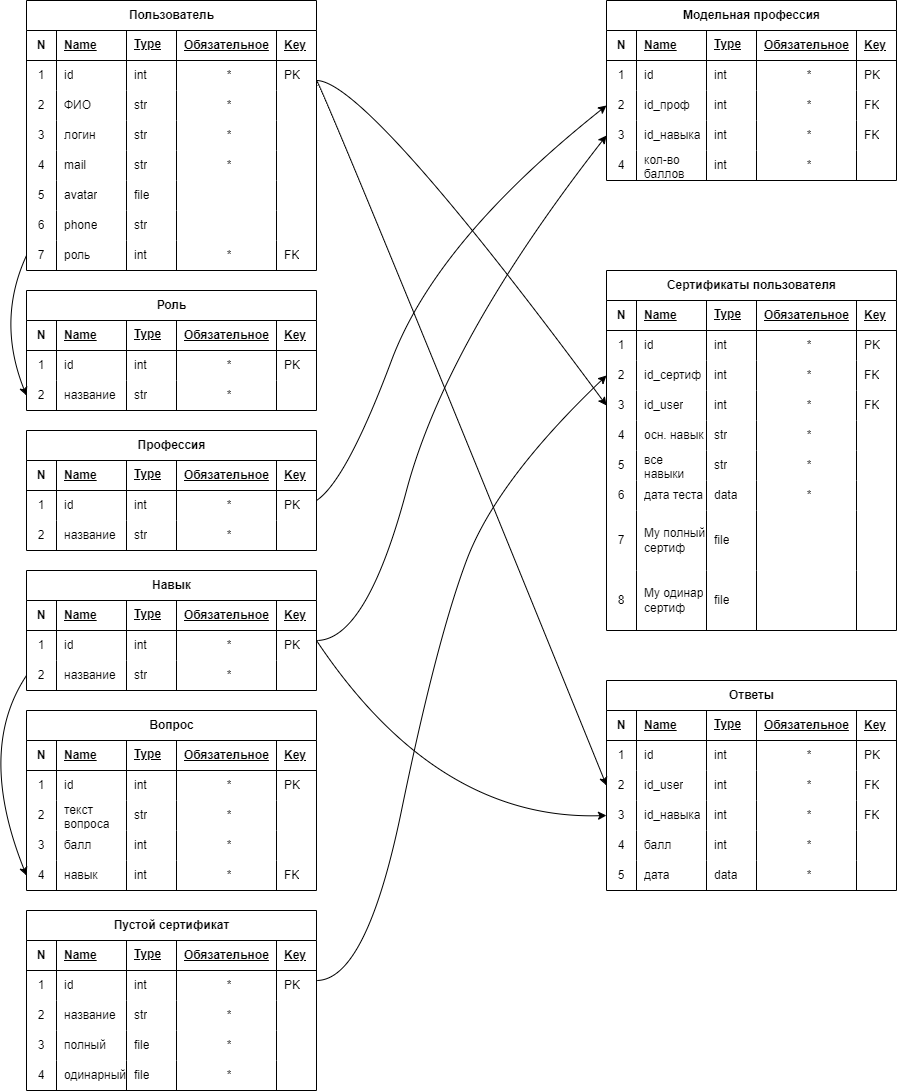
Above: Сущности/Сущности.drawio.png in setusq/SPO234D6 (draw.io), before the change. Source tidied: cells renumbered, new cells last; positions are measured from the earlier drawing's top-left corner, leaving out a move shared by most shapes.
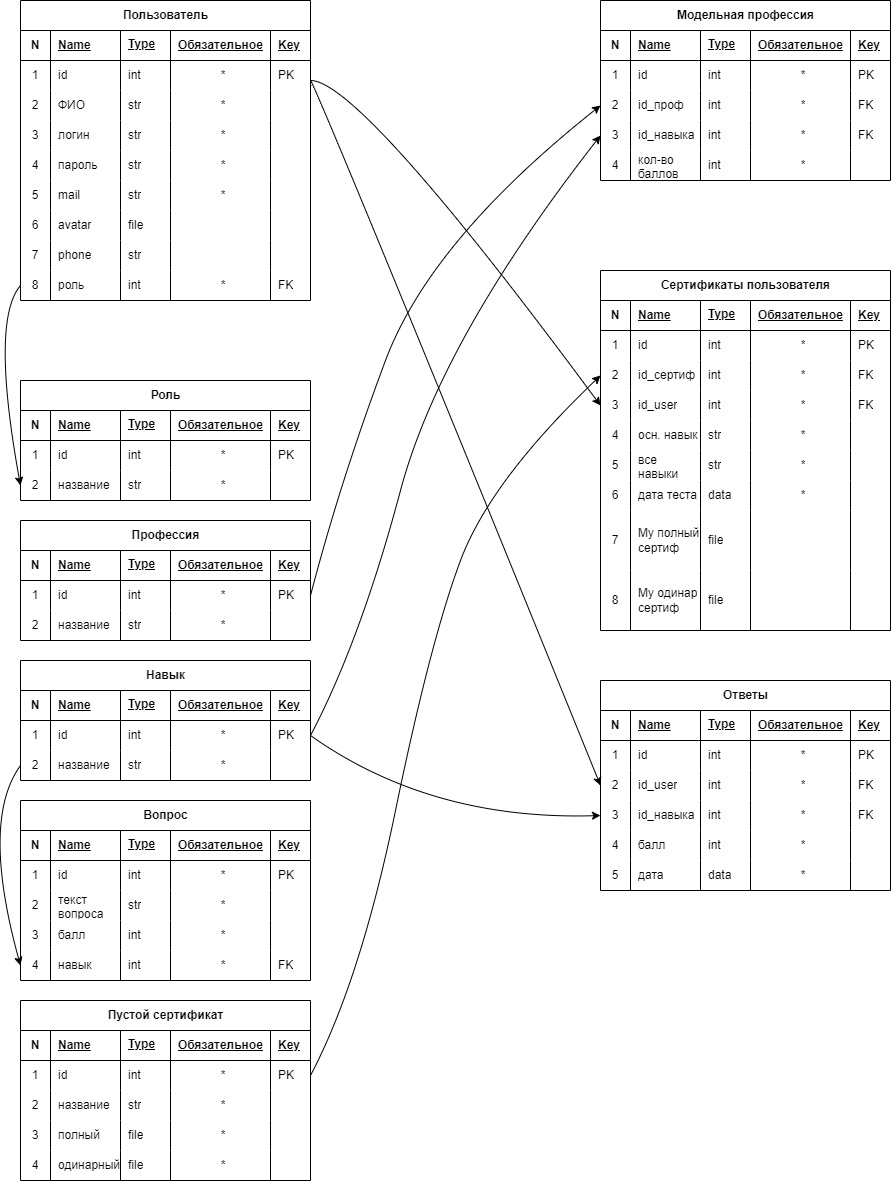
The same diagram one commit later.

What changed in the source:
```diff
@@ -3,7 +3,7 @@
     <mxCell id="0" />
     <mxCell id="1" parent="0" />
     <mxCell id="2" value="Пользователь" style="shape=table;startSize=30;rowLines=0;fontStyle=1;align=center;html=1;" parent="1" vertex="1">
-      <mxGeometry x="50" width="290" height="270" as="geometry" />
+      <mxGeometry x="50" y="-90" width="290" height="300" as="geometry" />
     </mxCell>
     <mxCell id="3" style="shape=tableRow;horizontal=0;startSize=0;swimlaneHead=0;swimlaneBody=0;fillColor=none;top=0;left=0;right=0;bottom=1;" parent="2" vertex="1">
       <mxGeometry y="30" width="290" height="30" as="geometry" />
@@ -77,10 +77,28 @@
     <mxCell id="26" style="shape=partialRectangle;fillColor=none;top=0;left=0;bottom=0;right=0;align=left;spacingLeft=6;overflow=hidden;whiteSpace=wrap;html=1;" parent="21" vertex="1">
       <mxGeometry x="250" width="40" height="30" as="geometry" />
     </mxCell>
+    <mxCell id="301" style="shape=tableRow;horizontal=0;startSize=0;swimlaneHead=0;swimlaneBody=0;fillColor=none;top=0;left=0;right=0;bottom=0;" parent="2" vertex="1">
+      <mxGeometry y="150" width="290" height="30" as="geometry" />
+    </mxCell>
+    <mxCell id="302" value="4" style="shape=partialRectangle;fillColor=none;top=0;left=0;bottom=0;right=0;overflow=hidden;whiteSpace=wrap;html=1;" parent="301" vertex="1">
+      <mxGeometry width="30" height="30" as="geometry" />
+    </mxCell>
+    <mxCell id="303" value="пароль" style="shape=partialRectangle;fillColor=none;top=0;left=0;bottom=0;right=0;align=left;spacingLeft=6;overflow=hidden;whiteSpace=wrap;html=1;" parent="301" vertex="1">
+      <mxGeometry x="30" width="70" height="30" as="geometry" />
+    </mxCell>
+    <mxCell id="304" value="str" style="shape=partialRectangle;fillColor=none;top=0;left=0;bottom=0;right=0;align=left;spacingLeft=6;overflow=hidden;whiteSpace=wrap;html=1;" parent="301" vertex="1">
+      <mxGeometry x="100" width="50" height="30" as="geometry" />
+    </mxCell>
+    <mxCell id="305" value="*" style="shape=partialRectangle;fillColor=none;top=0;left=0;bottom=0;right=0;align=center;spacingLeft=6;overflow=hidden;whiteSpace=wrap;html=1;" parent="301" vertex="1">
+      <mxGeometry x="150" width="100" height="30" as="geometry" />
+    </mxCell>
+    <mxCell id="306" style="shape=partialRectangle;fillColor=none;top=0;left=0;bottom=0;right=0;align=left;spacingLeft=6;overflow=hidden;whiteSpace=wrap;html=1;" parent="301" vertex="1">
+      <mxGeometry x="250" width="40" height="30" as="geometry" />
+    </mxCell>
     <mxCell id="27" style="shape=tableRow;horizontal=0;startSize=0;swimlaneHead=0;swimlaneBody=0;fillColor=none;top=0;left=0;right=0;bottom=0;" parent="2" vertex="1">
-      <mxGeometry y="150" width="290" height="30" as="geometry" />
+      <mxGeometry y="180" width="290" height="30" as="geometry" />
     </mxCell>
-    <mxCell id="28" value="4" style="shape=partialRectangle;fillColor=none;top=0;left=0;bottom=0;right=0;overflow=hidden;whiteSpace=wrap;html=1;" parent="27" vertex="1">
+    <mxCell id="28" value="5" style="shape=partialRectangle;fillColor=none;top=0;left=0;bottom=0;right=0;overflow=hidden;whiteSpace=wrap;html=1;" parent="27" vertex="1">
       <mxGeometry width="30" height="30" as="geometry" />
     </mxCell>
     <mxCell id="29" value="mail" style="shape=partialRectangle;fillColor=none;top=0;left=0;bottom=0;right=0;align=left;spacingLeft=6;overflow=hidden;whiteSpace=wrap;html=1;" parent="27" vertex="1">
@@ -96,9 +114,9 @@
       <mxGeometry x="250" width="40" height="30" as="geometry" />
     </mxCell>
     <mxCell id="33" style="shape=tableRow;horizontal=0;startSize=0;swimlaneHead=0;swimlaneBody=0;fillColor=none;top=0;left=0;right=0;bottom=0;" parent="2" vertex="1">
-      <mxGeometry y="180" width="290" height="30" as="geometry" />
+      <mxGeometry y="210" width="290" height="30" as="geometry" />
     </mxCell>
-    <mxCell id="34" value="5" style="shape=partialRectangle;fillColor=none;top=0;left=0;bottom=0;right=0;overflow=hidden;whiteSpace=wrap;html=1;" parent="33" vertex="1">
+    <mxCell id="34" value="6" style="shape=partialRectangle;fillColor=none;top=0;left=0;bottom=0;right=0;overflow=hidden;whiteSpace=wrap;html=1;" parent="33" vertex="1">
       <mxGeometry width="30" height="30" as="geometry" />
     </mxCell>
     <mxCell id="35" value="avatar" style="shape=partialRectangle;fillColor=none;top=0;left=0;bottom=0;right=0;align=left;spacingLeft=6;overflow=hidden;whiteSpace=wrap;html=1;" parent="33" vertex="1">
@@ -114,9 +132,9 @@
       <mxGeometry x="250" width="40" height="30" as="geometry" />
     </mxCell>
     <mxCell id="39" style="shape=tableRow;horizontal=0;startSize=0;swimlaneHead=0;swimlaneBody=0;fillColor=none;top=0;left=0;right=0;bottom=0;" parent="2" vertex="1">
-      <mxGeometry y="210" width="290" height="30" as="geometry" />
+      <mxGeometry y="240" width="290" height="30" as="geometry" />
     </mxCell>
-    <mxCell id="40" value="6" style="shape=partialRectangle;fillColor=none;top=0;left=0;bottom=0;right=0;overflow=hidden;whiteSpace=wrap;html=1;" parent="39" vertex="1">
+    <mxCell id="40" value="7" style="shape=partialRectangle;fillColor=none;top=0;left=0;bottom=0;right=0;overflow=hidden;whiteSpace=wrap;html=1;" parent="39" vertex="1">
       <mxGeometry width="30" height="30" as="geometry" />
     </mxCell>
     <mxCell id="41" value="phone" style="shape=partialRectangle;fillColor=none;top=0;left=0;bottom=0;right=0;align=left;spacingLeft=6;overflow=hidden;whiteSpace=wrap;html=1;" parent="39" vertex="1">
@@ -132,9 +150,9 @@
       <mxGeometry x="250" width="40" height="30" as="geometry" />
     </mxCell>
     <mxCell id="45" style="shape=tableRow;horizontal=0;startSize=0;swimlaneHead=0;swimlaneBody=0;fillColor=none;points=[[0,0.5],[1,0.5]];portConstraint=eastwest;top=0;left=0;right=0;bottom=0;" parent="2" vertex="1">
-      <mxGeometry y="240" width="290" height="30" as="geometry" />
+      <mxGeometry y="270" width="290" height="30" as="geometry" />
     </mxCell>
-    <mxCell id="46" value="7" style="shape=partialRectangle;fillColor=none;top=0;left=0;bottom=0;right=0;overflow=hidden;whiteSpace=wrap;html=1;" parent="45" vertex="1">
+    <mxCell id="46" value="8" style="shape=partialRectangle;fillColor=none;top=0;left=0;bottom=0;right=0;overflow=hidden;whiteSpace=wrap;html=1;" parent="45" vertex="1">
       <mxGeometry width="30" height="30" as="geometry" />
     </mxCell>
     <mxCell id="47" value="роль" style="shape=partialRectangle;fillColor=none;top=0;left=0;bottom=0;right=0;align=left;spacingLeft=6;overflow=hidden;whiteSpace=wrap;html=1;" parent="45" vertex="1">
@@ -414,7 +432,7 @@
       <mxGeometry x="250" width="40" height="30" as="geometry" />
     </mxCell>
     <mxCell id="139" value="Модельная профессия" style="shape=table;startSize=30;rowLines=0;fontStyle=1;align=center;html=1;" parent="1" vertex="1">
-      <mxGeometry x="630" width="290" height="180" as="geometry" />
+      <mxGeometry x="630" y="-90" width="290" height="180" as="geometry" />
     </mxCell>
     <mxCell id="140" style="shape=tableRow;horizontal=0;startSize=0;swimlaneHead=0;swimlaneBody=0;fillColor=none;top=0;left=0;right=0;bottom=1;" parent="139" vertex="1">
       <mxGeometry y="30" width="290" height="30" as="geometry" />
@@ -507,7 +525,7 @@
       <mxGeometry x="250" width="40" height="30" as="geometry" />
     </mxCell>
     <mxCell id="170" value="Ответы" style="shape=table;startSize=30;rowLines=0;fontStyle=1;align=center;html=1;" parent="1" vertex="1">
-      <mxGeometry x="630" y="680" width="290" height="210" as="geometry" />
+      <mxGeometry x="630" y="590" width="290" height="210" as="geometry" />
     </mxCell>
     <mxCell id="171" style="shape=tableRow;horizontal=0;startSize=0;swimlaneHead=0;swimlaneBody=0;fillColor=none;top=0;left=0;right=0;bottom=1;" parent="170" vertex="1">
       <mxGeometry y="30" width="290" height="30" as="geometry" />
@@ -711,7 +729,7 @@
       <mxGeometry x="250" width="40" height="30" as="geometry" />
     </mxCell>
     <mxCell id="238" value="Сертификаты пользователя" style="shape=table;startSize=30;rowLines=0;fontStyle=1;align=center;html=1;" parent="1" vertex="1">
-      <mxGeometry x="630" y="270" width="290" height="360" as="geometry" />
+      <mxGeometry x="630" y="180" width="290" height="360" as="geometry" />
     </mxCell>
     <mxCell id="239" style="shape=tableRow;horizontal=0;startSize=0;swimlaneHead=0;swimlaneBody=0;fillColor=none;top=0;left=0;right=0;bottom=1;" parent="238" vertex="1">
       <mxGeometry y="30" width="290" height="30" as="geometry" />
@@ -878,66 +896,62 @@
     <mxCell id="293" style="curved=1;endArrow=classic;html=1;rounded=0;exitX=0;exitY=0.5;exitDx=0;exitDy=0;entryX=0;entryY=0.5;entryDx=0;entryDy=0;" parent="1" edge="1" source="45" target="64">
       <mxGeometry relative="1" as="geometry">
         <Array as="points">
-          <mxPoint x="20" y="320" />
+          <mxPoint x="20" y="230" />
         </Array>
       </mxGeometry>
     </mxCell>
     <mxCell id="294" style="curved=1;endArrow=classic;html=1;rounded=0;exitX=0;exitY=0.5;exitDx=0;exitDy=0;entryX=0;entryY=0.5;entryDx=0;entryDy=0;" parent="1" edge="1" source="83" target="114">
       <mxGeometry relative="1" as="geometry">
         <Array as="points">
-          <mxPoint y="750" />
+          <mxPoint x="10" y="730" />
         </Array>
       </mxGeometry>
     </mxCell>
-    <mxCell id="295" style="curved=1;endArrow=classic;html=1;rounded=0;entryX=0;entryY=0.5;entryDx=0;entryDy=0;" parent="1" edge="1" target="152">
+    <mxCell id="295" style="curved=1;endArrow=classic;html=1;rounded=0;entryX=0;entryY=0.5;entryDx=0;entryDy=0;exitX=1;exitY=0.5;exitDx=0;exitDy=0;" parent="1" edge="1" source="127" target="152">
       <mxGeometry relative="1" as="geometry">
-        <mxPoint x="340" y="500" as="sourcePoint" />
         <Array as="points">
-          <mxPoint x="370" y="480" />
-          <mxPoint x="460" y="240" />
+          <mxPoint x="370" y="390" />
+          <mxPoint x="460" y="150" />
         </Array>
       </mxGeometry>
     </mxCell>
-    <mxCell id="296" style="curved=1;endArrow=classic;html=1;rounded=0;entryX=0;entryY=0.5;entryDx=0;entryDy=0;" parent="1" edge="1" target="158">
+    <mxCell id="296" style="curved=1;endArrow=classic;html=1;rounded=0;entryX=0;entryY=0.5;entryDx=0;entryDy=0;exitX=1;exitY=0.5;exitDx=0;exitDy=0;" parent="1" edge="1" source="77" target="158">
       <mxGeometry relative="1" as="geometry">
-        <mxPoint x="340" y="640" as="sourcePoint" />
         <Array as="points">
-          <mxPoint x="390" y="640" />
-          <mxPoint x="470" y="340" />
+          <mxPoint x="390" y="550" />
+          <mxPoint x="470" y="250" />
         </Array>
       </mxGeometry>
     </mxCell>
-    <mxCell id="297" style="curved=1;endArrow=classic;html=1;rounded=0;entryX=0;entryY=0.5;entryDx=0;entryDy=0;" parent="1" edge="1" target="251">
+    <mxCell id="297" style="curved=1;endArrow=classic;html=1;rounded=0;entryX=0;entryY=0.5;entryDx=0;entryDy=0;exitX=1;exitY=0.5;exitDx=0;exitDy=0;" parent="1" edge="1" source="214" target="251">
       <mxGeometry relative="1" as="geometry">
-        <mxPoint x="340" y="980" as="sourcePoint" />
         <Array as="points">
-          <mxPoint x="390" y="980" />
-          <mxPoint x="460" y="640" />
-          <mxPoint x="520" y="480" />
+          <mxPoint x="390" y="890" />
+          <mxPoint x="460" y="550" />
+          <mxPoint x="520" y="390" />
         </Array>
       </mxGeometry>
     </mxCell>
     <mxCell id="298" style="curved=1;endArrow=classic;html=1;rounded=0;entryX=0;entryY=0.5;entryDx=0;entryDy=0;" parent="1" edge="1" target="257">
       <mxGeometry relative="1" as="geometry">
-        <mxPoint x="340" y="80" as="sourcePoint" />
+        <mxPoint x="340" y="-10" as="sourcePoint" />
         <Array as="points">
-          <mxPoint x="390" y="80" />
+          <mxPoint x="390" y="-10" />
         </Array>
       </mxGeometry>
     </mxCell>
-    <mxCell id="299" style="curved=1;endArrow=classic;html=1;rounded=0;entryX=0;entryY=0.5;entryDx=0;entryDy=0;" parent="1" edge="1" target="189">
+    <mxCell id="299" style="curved=1;endArrow=classic;html=1;rounded=0;entryX=0;entryY=0.5;entryDx=0;entryDy=0;exitX=1;exitY=0.5;exitDx=0;exitDy=0;" parent="1" edge="1" source="77" target="189">
       <mxGeometry relative="1" as="geometry">
-        <mxPoint x="340" y="640" as="sourcePoint" />
         <Array as="points">
-          <mxPoint x="460" y="820" />
+          <mxPoint x="460" y="730" />
         </Array>
       </mxGeometry>
     </mxCell>
     <mxCell id="300" style="curved=1;endArrow=classic;html=1;rounded=0;entryX=0;entryY=0.5;entryDx=0;entryDy=0;" parent="1" edge="1" target="183">
       <mxGeometry relative="1" as="geometry">
-        <mxPoint x="340" y="80" as="sourcePoint" />
+        <mxPoint x="340" y="-10" as="sourcePoint" />
         <Array as="points">
-          <mxPoint x="360" y="120" />
+          <mxPoint x="360" y="30" />
         </Array>
       </mxGeometry>
     </mxCell>
```
